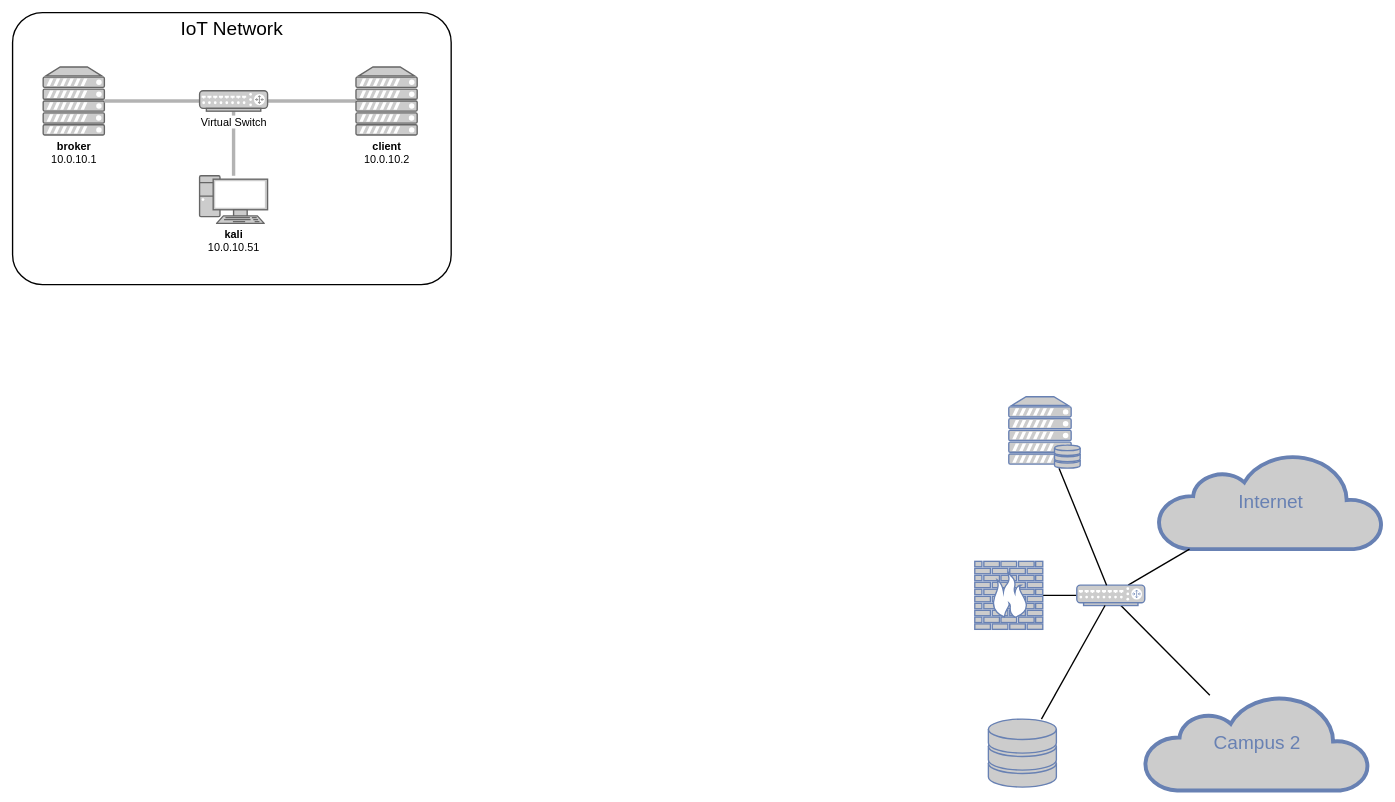
The draw.io diagram diagrams/Testbed.drawio in molatho/master-thesis, before the edit. Source tidied: cells renumbered, new cells numbered last; positions are measured from the earlier drawing's top-left corner, leaving out a move shared by most shapes. Both pictures are drawn from the tidied source at 68%, with x=0, y=0 at pixel (12, 12).
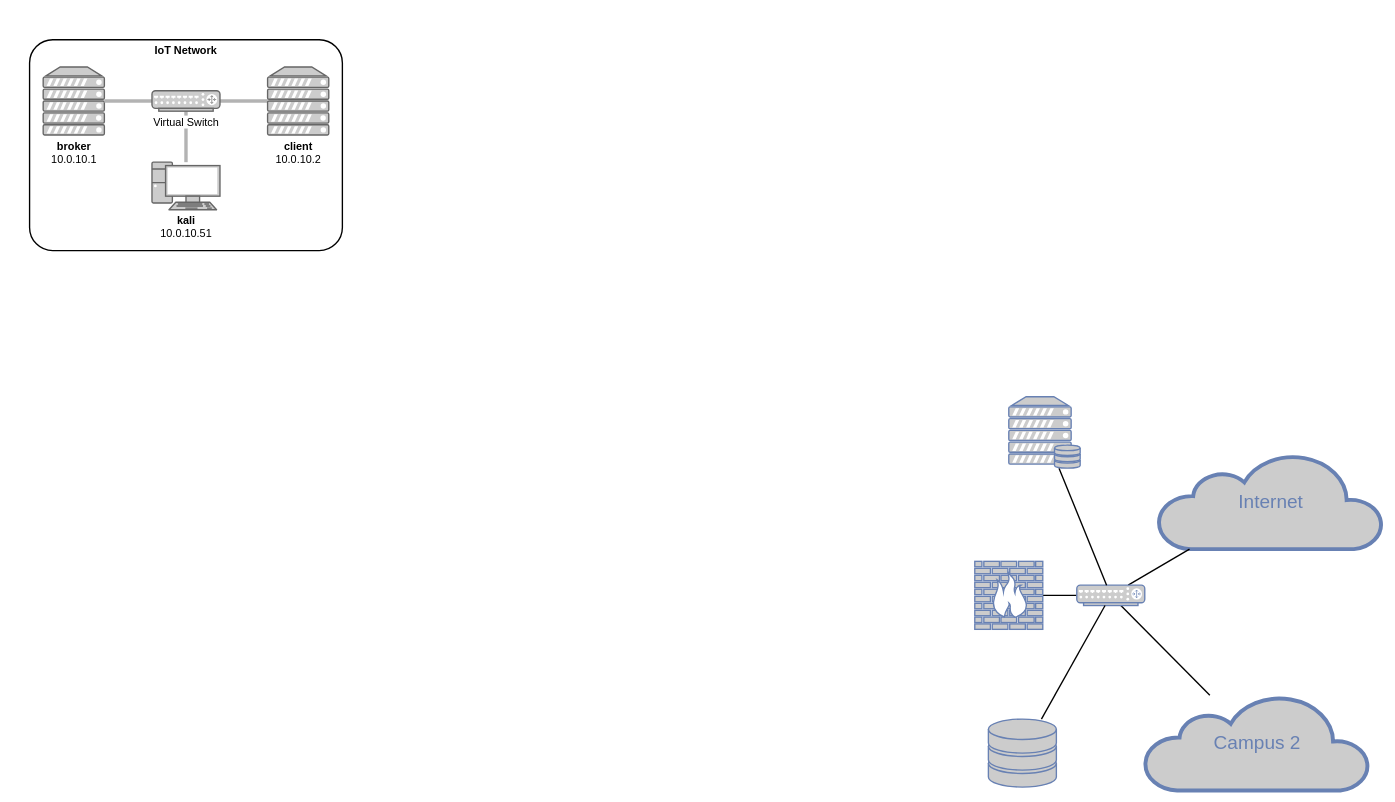
After the change.

Commit message (it also covers changes not shown here):
Described third scenario, testbed + diagrams

Diff of the diagram source:
```diff
@@
-    <mxCell id="2" value="IoT Network" style="rounded=1;whiteSpace=wrap;html=1;shadow=0;comic=0;strokeWidth=2;fillColor=none;fontFamily=Helvetica;fontSize=28;align=center;arcSize=11;verticalAlign=top;" parent="1" vertex="1">
-      <mxGeometry width="645" height="400" as="geometry" />
+    <mxCell id="2" value="IoT Network" style="rounded=1;whiteSpace=wrap;html=1;shadow=0;comic=0;strokeWidth=2;fillColor=none;fontFamily=Helvetica;fontSize=16;align=center;arcSize=11;verticalAlign=top;fontStyle=1;" parent="1" vertex="1">
+      <mxGeometry x="25" y="40" width="460" height="310" as="geometry" />
     </mxCell>
@@
     <mxCell id="15" value="&lt;b&gt;client&lt;/b&gt;&lt;br style=&quot;font-size: 16px&quot;&gt;10.0.10.2" style="verticalAlign=top;verticalLabelPosition=bottom;labelPosition=center;align=center;html=1;outlineConnect=0;fillColor=#CCCCCC;gradientColor=none;gradientDirection=north;strokeWidth=2;shape=mxgraph.networks.server;fontSize=16;fontStyle=0;strokeColor=#666666;" parent="1" vertex="1">
-      <mxGeometry x="505" y="80" width="90" height="100" as="geometry" />
+      <mxGeometry x="375" y="80" width="90" height="100" as="geometry" />
     </mxCell>
@@
     <mxCell id="18" value="&lt;b&gt;kali&lt;/b&gt;&lt;br style=&quot;font-size: 16px&quot;&gt;10.0.10.51" style="verticalAlign=top;verticalLabelPosition=bottom;labelPosition=center;align=center;html=1;outlineConnect=0;fillColor=#CCCCCC;gradientColor=none;gradientDirection=north;strokeWidth=2;shape=mxgraph.networks.pc;fontSize=16;strokeColor=#666666;" parent="1" vertex="1">
-      <mxGeometry x="275" y="240" width="100" height="70" as="geometry" />
+      <mxGeometry x="205" y="220" width="100" height="70" as="geometry" />
     </mxCell>
@@
     <mxCell id="20" value="Virtual Switch" style="verticalAlign=top;verticalLabelPosition=bottom;labelPosition=center;align=center;html=1;fillColor=#CCCCCC;gradientColor=none;gradientDirection=north;strokeWidth=2;shape=mxgraph.networks.router;rounded=0;shadow=0;comic=0;fontSize=16;fontStyle=0;labelBackgroundColor=#ffffff;strokeColor=#666666;" parent="1" vertex="1">
-      <mxGeometry x="275" y="115" width="100" height="30" as="geometry" />
+      <mxGeometry x="205" y="115" width="100" height="30" as="geometry" />
     </mxCell>
```
